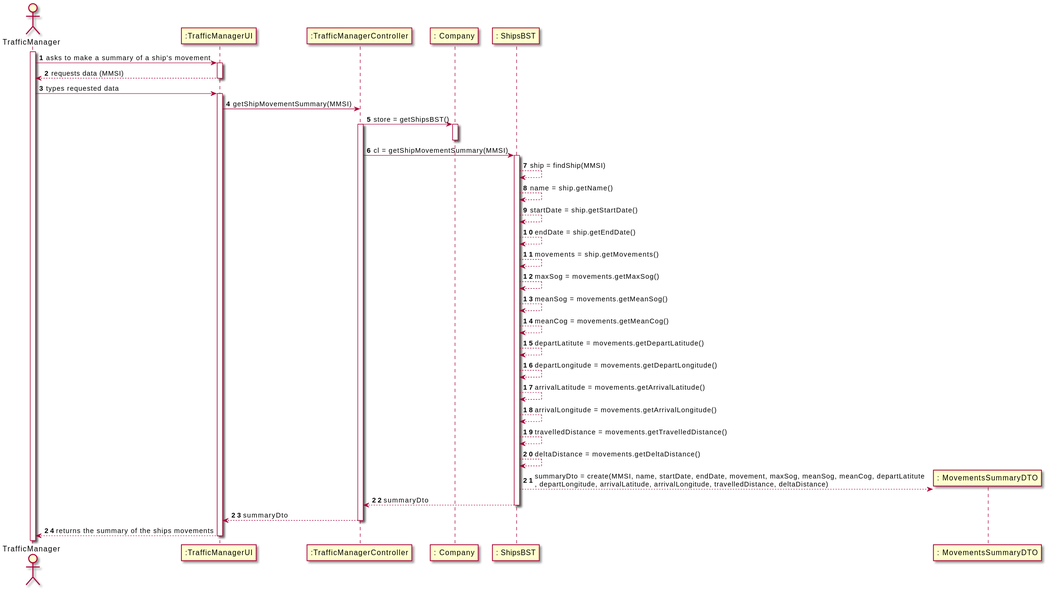
The PlantUML diagram docs/US104/SD_104.svg in ana-albergaria/LAPR3-ISEP, before a commit.
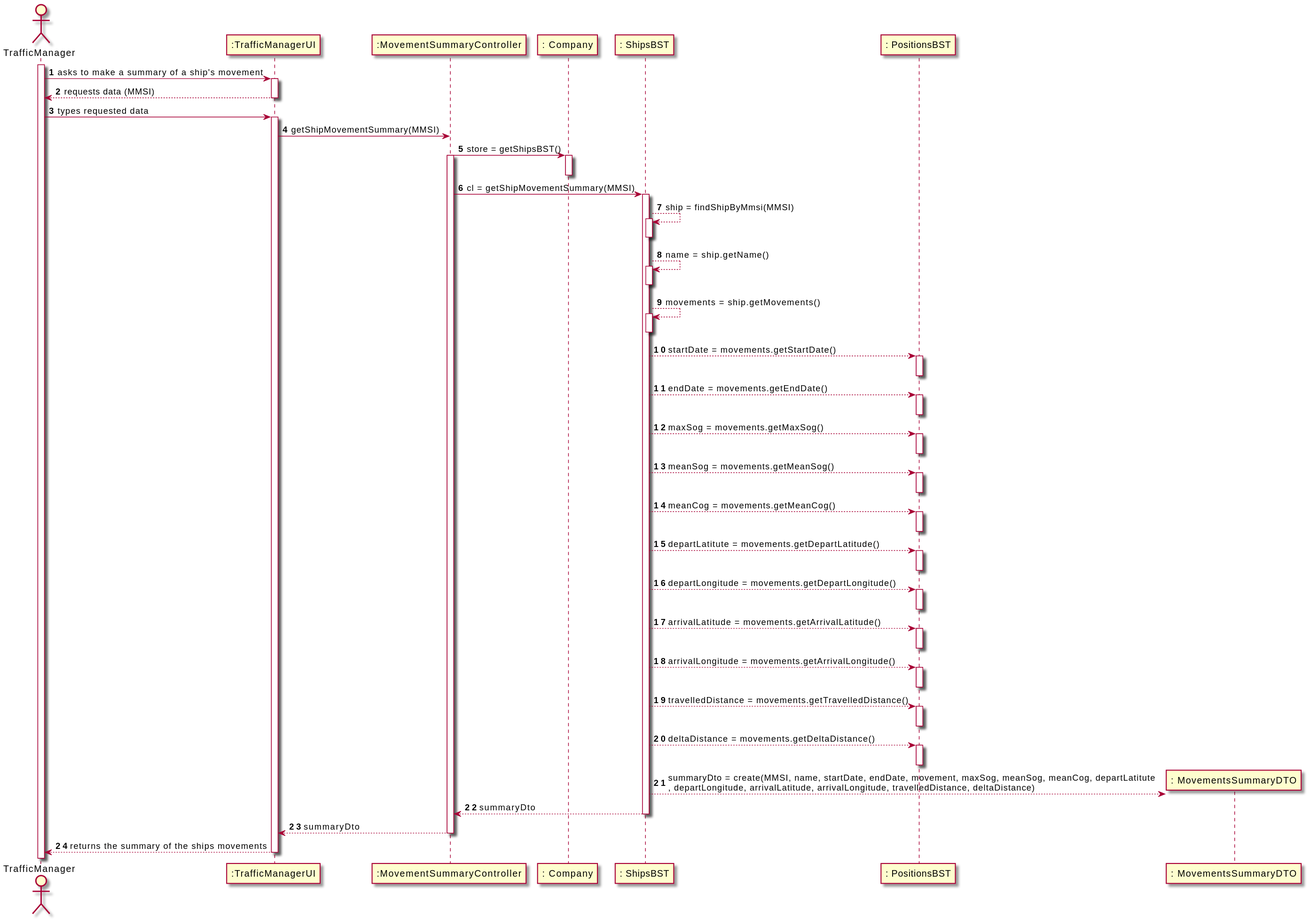
The same file after the commit.

The edit, as a diff of the source:
```diff
@@ -3,9 +3,10 @@
 actor "TrafficManager" as RC
 
 participant ":TrafficManagerUI" as UI
-participant ":TrafficManagerController" as CTRL
+participant ":MovementSummaryController" as CTRL
 participant ": Company" as CP
 participant ": ShipsBST" as CS
+participant ": PositionsBST" as PB
 participant ": MovementsSummaryDTO" as CL
 
 
@@ -26,21 +27,48 @@
 activate CTRL
 CTRL -> CS : cl = getShipMovementSummary(MMSI)
 activate CS
-CS --> CS : ship = findShip(MMSI)
+CS --> CS : ship = findShipByMmsi(MMSI)
+activate CS
+deactivate CS
 CS --> CS : name = ship.getName()
-CS --> CS : startDate = ship.getStartDate()
-CS --> CS : endDate = ship.getEndDate()
+activate CS
+deactivate CS
 CS --> CS : movements = ship.getMovements()
-CS --> CS : maxSog = movements.getMaxSog()
-CS --> CS : meanSog = movements.getMeanSog()
-CS --> CS : meanCog = movements.getMeanCog()
-CS --> CS : departLatitute = movements.getDepartLatitude()
-CS --> CS : departLongitude = movements.getDepartLongitude()
-CS --> CS : arrivalLatitude = movements.getArrivalLatitude()
-CS --> CS : arrivalLongitude = movements.getArrivalLongitude()
-CS --> CS : travelledDistance = movements.getTravelledDistance()
-CS --> CS : deltaDistance = movements.getDeltaDistance()
-
+activate CS
+deactivate CS
+CS --> PB : startDate = movements.getStartDate()
+activate PB
+deactivate PB
+CS --> PB : endDate = movements.getEndDate()
+activate PB
+deactivate PB
+CS --> PB : maxSog = movements.getMaxSog()
+activate PB
+deactivate PB
+CS --> PB : meanSog = movements.getMeanSog()
+activate PB
+deactivate PB
+CS --> PB : meanCog = movements.getMeanCog()
+activate PB
+deactivate PB
+CS --> PB : departLatitute = movements.getDepartLatitude()
+activate PB
+deactivate PB
+CS --> PB : departLongitude = movements.getDepartLongitude()
+activate PB
+deactivate PB
+CS --> PB : arrivalLatitude = movements.getArrivalLatitude()
+activate PB
+deactivate PB
+CS --> PB : arrivalLongitude = movements.getArrivalLongitude()
+activate PB
+deactivate PB
+CS --> PB : travelledDistance = movements.getTravelledDistance()
+activate PB
+deactivate PB
+CS --> PB : deltaDistance = movements.getDeltaDistance()
+activate PB
+deactivate PB
 
 CS -->  CL** : summaryDto = create(MMSI, name, startDate, endDate, movement, maxSog, meanSog, meanCog, departLatitute\n, departLongitude, arrivalLatitude, arrivalLongitude, travelledDistance, deltaDistance)
 deactivate CL
```
